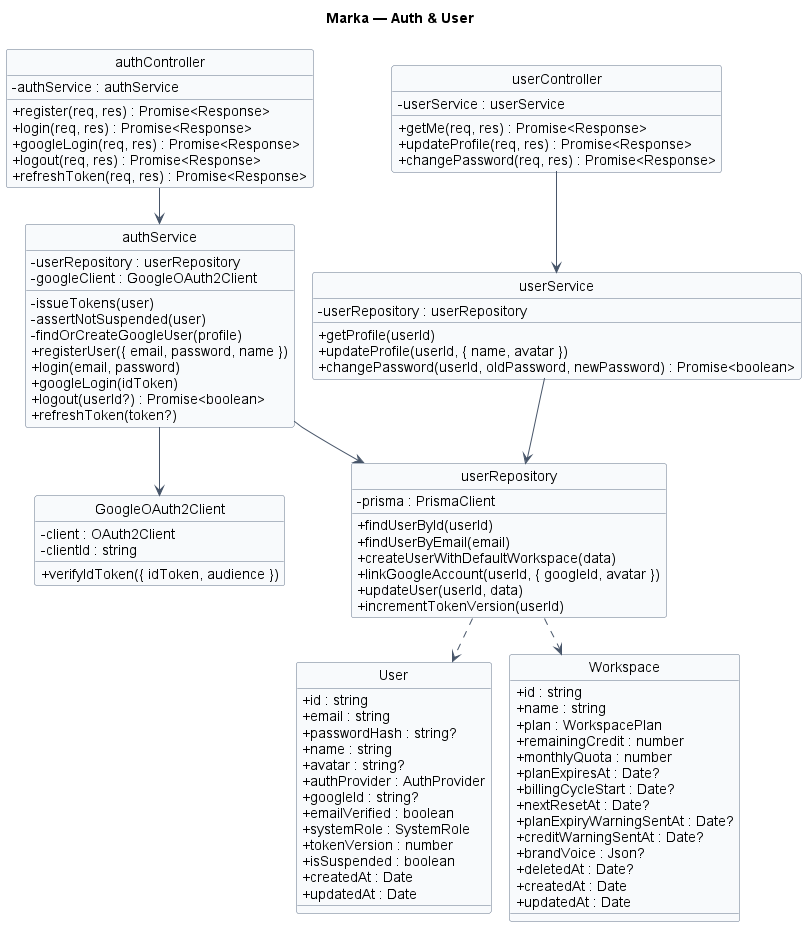
This is docs/diagrams/01-auth-user.png from Pham-Hong-Ky/marka-capstone, a PlantUML export, as it was before one commit.
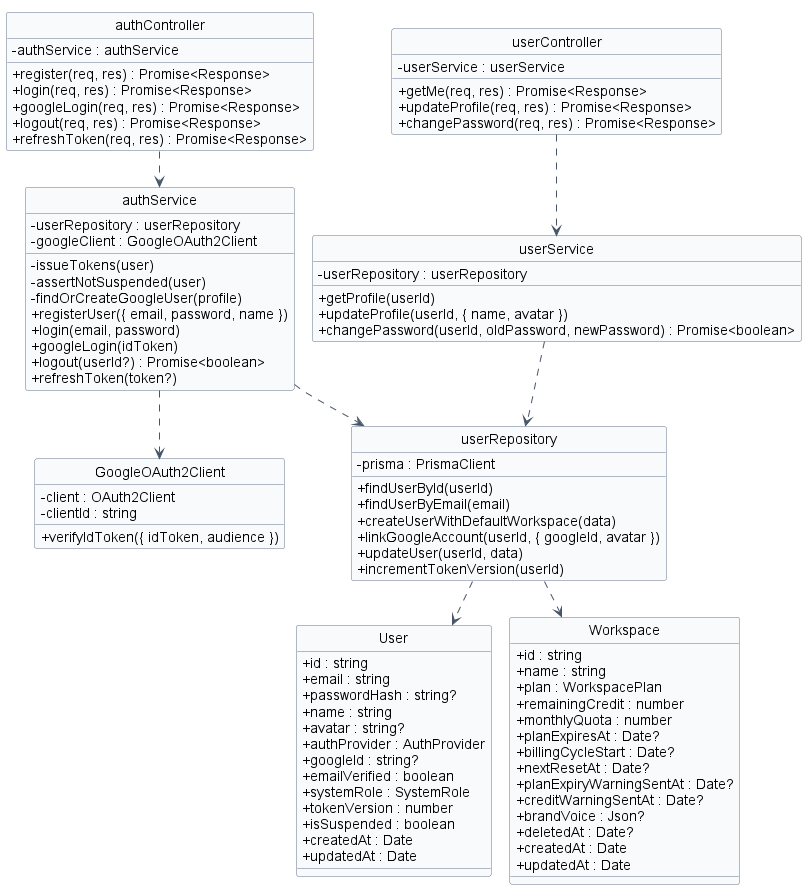
The same file after the commit.

Diff of the diagram source:
```diff
@@ -2,7 +2,6 @@
 hide circle
 hide stereotype
 !pragma layout smetana
-title Marka — Auth & User
 
 skinparam classAttributeIconSize 0
 skinparam linetype ortho
@@ -101,11 +100,11 @@
   + incrementTokenVersion(userId)
 }
 
-authController --> authService
-authService --> userRepository
-authService --> googleOAuthClient
-userController --> userService
-userService --> userRepository
+authController ..> authService
+authService ..> userRepository
+authService ..> googleOAuthClient
+userController ..> userService
+userService ..> userRepository
 
 userRepository ..> User
 userRepository ..> Workspace
```
